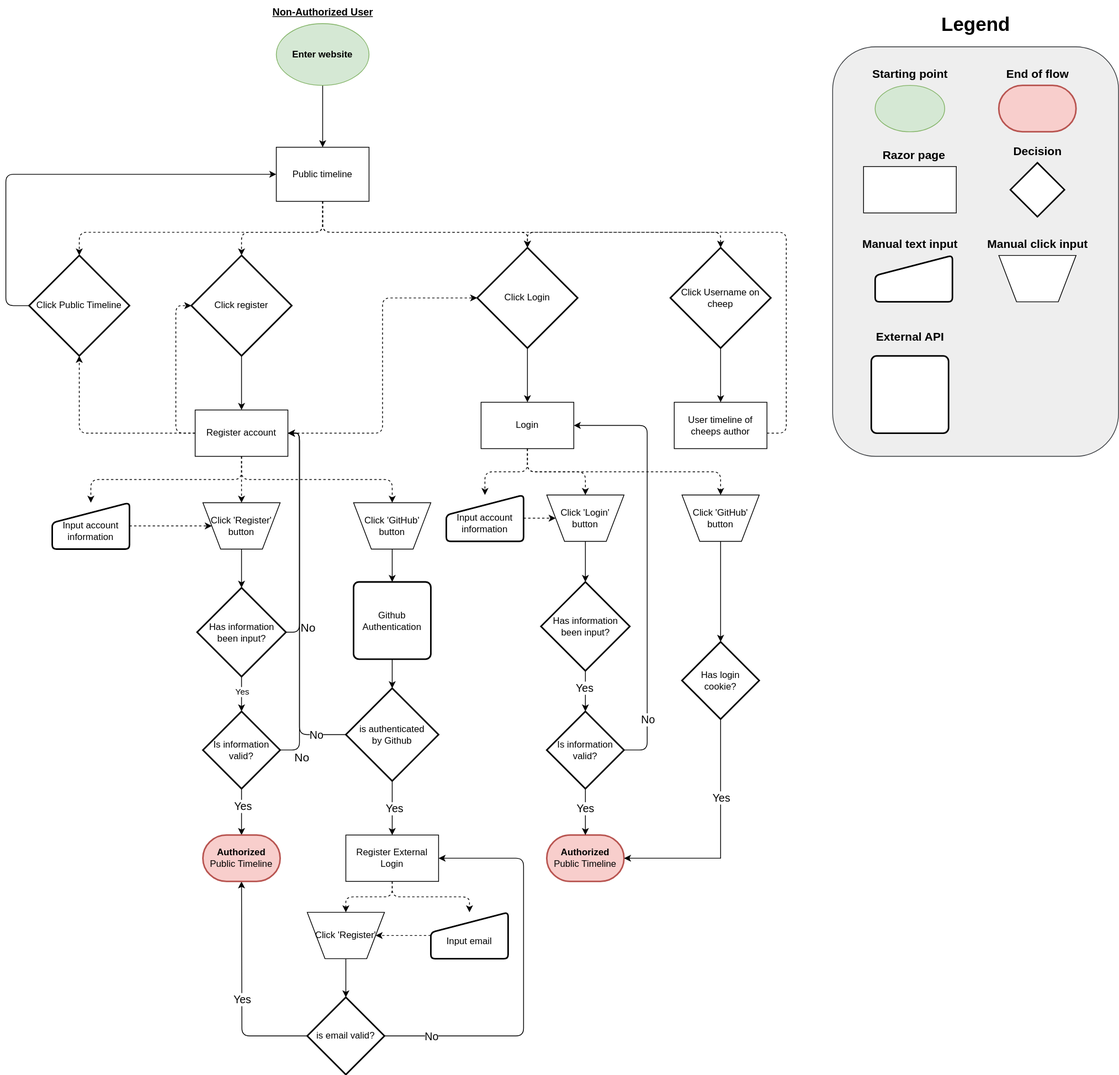
ITU-BDSA-GROUP-20/Chirp keeps this draw.io diagram as docs/diagrams/Non-Auth User journey.drawio.svg. Above is the earlier version. Source tidied: cells renumbered, new cells last; positions are measured from the earlier drawing's top-left corner, leaving out a move shared by most shapes.
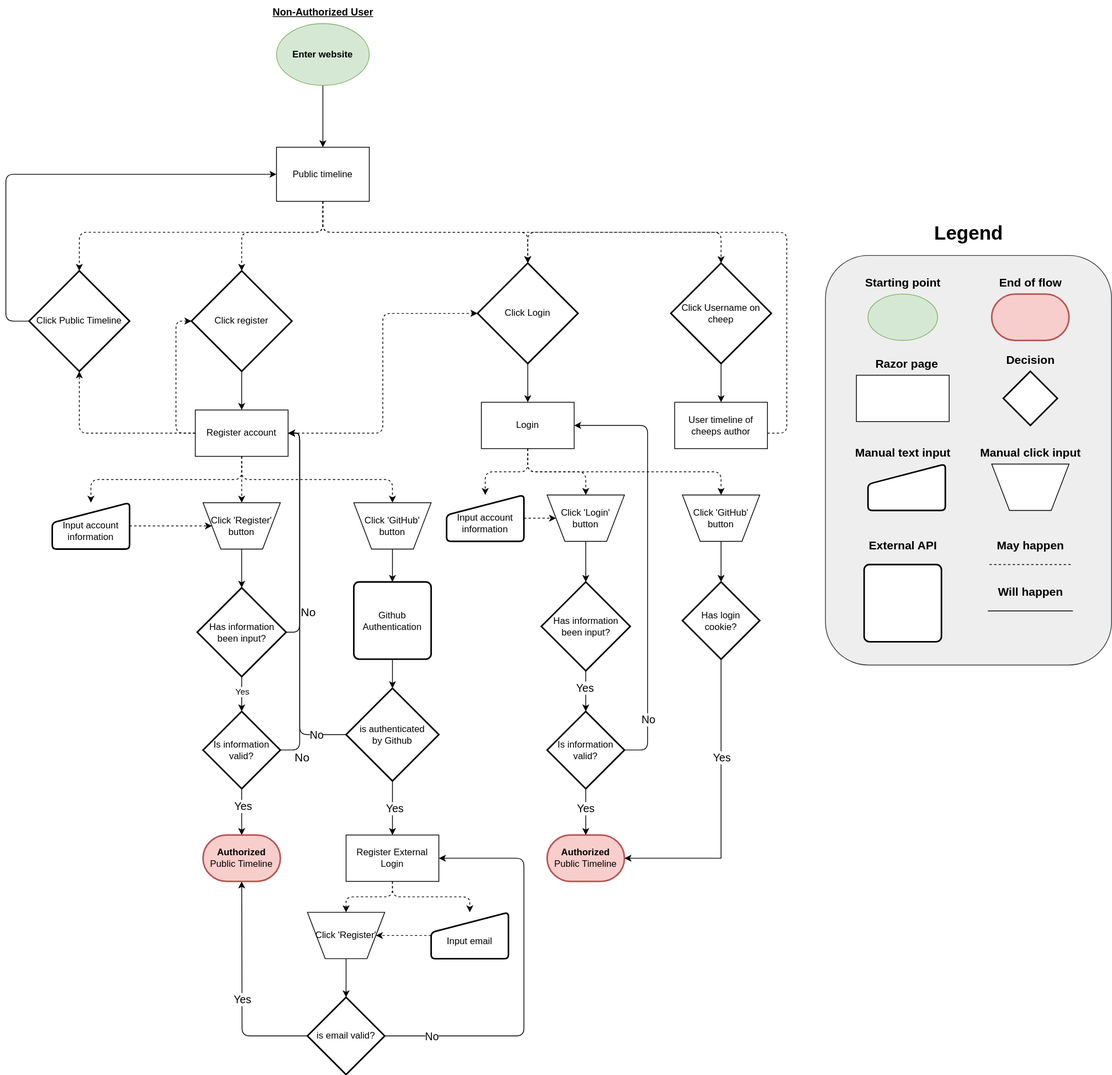
After the change.

Change to the diagram source:
```diff
@@ -39,31 +39,31 @@
     <mxCell id="9" style="edgeStyle=orthogonalEdgeStyle;rounded=1;jettySize=auto;html=1;entryX=0;entryY=0.5;entryDx=0;entryDy=0;exitX=0;exitY=0.5;exitDx=0;exitDy=0;exitPerimeter=0;" parent="1" edge="1" source="10" target="7">
       <mxGeometry relative="1" as="geometry">
         <Array as="points">
-          <mxPoint y="395" />
+          <mxPoint y="415" />
           <mxPoint y="225" />
         </Array>
       </mxGeometry>
     </mxCell>
     <mxCell id="10" value="Click Public Timeline" style="strokeWidth=2;html=1;shape=mxgraph.flowchart.decision;whiteSpace=wrap;" parent="1" vertex="1">
-      <mxGeometry x="30" y="330" width="130" height="130" as="geometry" />
+      <mxGeometry x="30" y="350" width="130" height="130" as="geometry" />
     </mxCell>
     <mxCell id="11" style="edgeStyle=orthogonalEdgeStyle;curved=1;rounded=0;jettySize=auto;html=1;" parent="1" edge="1" source="12" target="22">
       <mxGeometry relative="1" as="geometry" />
     </mxCell>
     <mxCell id="12" value="Click register" style="strokeWidth=2;html=1;shape=mxgraph.flowchart.decision;whiteSpace=wrap;" parent="1" vertex="1">
-      <mxGeometry x="240" y="330" width="130" height="130" as="geometry" />
+      <mxGeometry x="240" y="350" width="130" height="130" as="geometry" />
     </mxCell>
     <mxCell id="13" style="edgeStyle=orthogonalEdgeStyle;rounded=0;jettySize=auto;html=1;entryX=0.5;entryY=0;entryDx=0;entryDy=0;" parent="1" edge="1" source="14" target="67">
       <mxGeometry relative="1" as="geometry" />
     </mxCell>
     <mxCell id="14" value="Click Login" style="strokeWidth=2;html=1;shape=mxgraph.flowchart.decision;whiteSpace=wrap;" parent="1" vertex="1">
-      <mxGeometry x="610" y="320" width="130" height="130" as="geometry" />
+      <mxGeometry x="610" y="340" width="130" height="130" as="geometry" />
     </mxCell>
     <mxCell id="15" style="edgeStyle=orthogonalEdgeStyle;rounded=0;jettySize=auto;html=1;entryX=0.5;entryY=0;entryDx=0;entryDy=0;" parent="1" edge="1" source="16" target="42">
       <mxGeometry relative="1" as="geometry" />
     </mxCell>
     <mxCell id="16" value="Click Username on cheep" style="strokeWidth=2;html=1;shape=mxgraph.flowchart.decision;whiteSpace=wrap;" parent="1" vertex="1">
-      <mxGeometry x="860" y="320" width="130" height="130" as="geometry" />
+      <mxGeometry x="860" y="340" width="130" height="130" as="geometry" />
     </mxCell>
     <mxCell id="17" style="edgeStyle=orthogonalEdgeStyle;rounded=1;jettySize=auto;html=1;entryX=0.5;entryY=0;entryDx=0;entryDy=0;entryPerimeter=0;dashed=1;" parent="1" edge="1" source="7" target="14">
       <mxGeometry relative="1" as="geometry">
@@ -137,7 +137,7 @@
     </mxCell>
     <mxCell id="32" value="No" style="edgeLabel;html=1;align=center;verticalAlign=middle;fontSize=15;" parent="31" vertex="1">
       <mxGeometry x="-0.12" y="4" relative="1" as="geometry">
-        <mxPoint x="14" y="103" as="offset" />
+        <mxPoint x="14" y="83" as="offset" />
       </mxGeometry>
     </mxCell>
     <mxCell id="33" style="edgeStyle=orthogonalEdgeStyle;rounded=0;jettySize=auto;html=1;" parent="1" edge="1" source="35" target="40">
@@ -334,7 +334,7 @@
       <mxGeometry x="875" y="640" width="100" height="60" as="geometry" />
     </mxCell>
     <mxCell id="82" value="Has login &lt;br&gt;cookie?" style="strokeWidth=2;html=1;shape=mxgraph.flowchart.decision;whiteSpace=wrap;" parent="1" vertex="1">
-      <mxGeometry x="875" y="830" width="100" height="100" as="geometry" />
+      <mxGeometry x="875" y="752.5" width="100" height="100" as="geometry" />
     </mxCell>
     <mxCell id="83" style="edgeStyle=orthogonalEdgeStyle;rounded=0;jettySize=auto;html=1;entryX=0.5;entryY=0;entryDx=0;entryDy=0;entryPerimeter=0;" parent="1" edge="1" source="81" target="82">
       <mxGeometry relative="1" as="geometry" />
@@ -349,11 +349,8 @@
     <mxCell id="85" value="&lt;font style=&quot;font-size: 14px;&quot;&gt;Yes&lt;/font&gt;" style="edgeLabel;html=1;align=center;verticalAlign=middle;" parent="84" vertex="1">
       <mxGeometry x="-0.33" relative="1" as="geometry" />
     </mxCell>
-    <mxCell id="86" style="group;" parent="1" vertex="1">
-      <mxGeometry x="1070" y="10" width="370" height="580" as="geometry" />
-    </mxCell>
-    <mxCell id="87" style="group;" parent="86" vertex="1">
-      <mxGeometry width="370" height="580" as="geometry" />
+    <mxCell id="87" style="group;" parent="1" vertex="1">
+      <mxGeometry x="1060" y="280" width="370" height="580" as="geometry" />
     </mxCell>
     <mxCell id="88" style="rounded=1;whiteSpace=wrap;html=1;fillColor=#eeeeee;strokeColor=#36393d;" parent="87" vertex="1">
       <mxGeometry y="50" width="370" height="530" as="geometry" />
@@ -361,8 +358,32 @@
     <mxCell id="89" value="&lt;font size=&quot;1&quot; style=&quot;&quot;&gt;&lt;b style=&quot;font-size: 25px;&quot;&gt;Legend&lt;/b&gt;&lt;/font&gt;" style="text;html=1;align=center;verticalAlign=middle;strokeColor=none;fillColor=none;" parent="87" vertex="1">
       <mxGeometry x="130" width="110" height="40" as="geometry" />
     </mxCell>
+    <mxCell id="111" style="group;" parent="87" vertex="1">
+      <mxGeometry x="210" y="470" width="110" height="40" as="geometry" />
+    </mxCell>
+    <mxCell id="112" style="endArrow=none;html=1;rounded=0;" parent="111" edge="1">
+      <mxGeometry relative="1" as="geometry">
+        <mxPoint y="40" as="sourcePoint" />
+        <mxPoint x="110" y="40" as="targetPoint" />
+      </mxGeometry>
+    </mxCell>
+    <mxCell id="113" value="&lt;b style=&quot;border-color: var(--border-color);&quot;&gt;&lt;font style=&quot;border-color: var(--border-color); font-size: 15px;&quot;&gt;Will happen&lt;/font&gt;&lt;/b&gt;" style="text;html=1;align=center;verticalAlign=middle;strokeColor=none;fillColor=none;" parent="111" vertex="1">
+      <mxGeometry width="110" height="30" as="geometry" />
+    </mxCell>
+    <mxCell id="114" style="group;" parent="87" vertex="1">
+      <mxGeometry x="210" y="410" width="110" height="40" as="geometry" />
+    </mxCell>
+    <mxCell id="115" style="endArrow=none;dashed=1;html=1;rounded=0;" parent="114" edge="1">
+      <mxGeometry relative="1" as="geometry">
+        <mxPoint x="2.1" y="40" as="sourcePoint" />
+        <mxPoint x="107.9" y="40" as="targetPoint" />
+      </mxGeometry>
+    </mxCell>
+    <mxCell id="116" value="&lt;b style=&quot;border-color: var(--border-color);&quot;&gt;&lt;font style=&quot;border-color: var(--border-color); font-size: 15px;&quot;&gt;May happen&lt;/font&gt;&lt;/b&gt;" style="text;html=1;align=center;verticalAlign=middle;strokeColor=none;fillColor=none;" parent="114" vertex="1">
+      <mxGeometry width="110" height="30" as="geometry" />
+    </mxCell>
-    <mxCell id="90" style="group;" parent="86" vertex="1">
-      <mxGeometry x="40" y="175" width="120" height="90" as="geometry" />
+    <mxCell id="90" style="group;" parent="1" vertex="1">
+      <mxGeometry x="1100" y="455" width="120" height="90" as="geometry" />
     </mxCell>
     <mxCell id="91" style="rounded=0;whiteSpace=wrap;html=1;" parent="90" vertex="1">
       <mxGeometry y="30" width="120" height="60" as="geometry" />
@@ -370,8 +391,8 @@
     <mxCell id="92" value="&lt;b&gt;&lt;font style=&quot;font-size: 15px;&quot;&gt;Razor page&lt;/font&gt;&lt;/b&gt;" style="text;html=1;align=center;verticalAlign=middle;strokeColor=none;fillColor=none;" parent="90" vertex="1">
       <mxGeometry x="15" width="100" height="30" as="geometry" />
     </mxCell>
-    <mxCell id="93" style="group;" parent="86" vertex="1">
-      <mxGeometry x="40" y="70" width="120" height="90" as="geometry" />
+    <mxCell id="93" style="group;" parent="1" vertex="1">
+      <mxGeometry x="1100" y="350" width="120" height="90" as="geometry" />
     </mxCell>
     <mxCell id="94" style="ellipse;whiteSpace=wrap;html=1;fillColor=#d5e8d4;strokeColor=#82b366;" parent="93" vertex="1">
       <mxGeometry x="15" y="30" width="90" height="60" as="geometry" />
@@ -379,8 +400,8 @@
     <mxCell id="95" value="&lt;b&gt;&lt;font style=&quot;font-size: 15px;&quot;&gt;Starting point&lt;/font&gt;&lt;/b&gt;" style="text;html=1;align=center;verticalAlign=middle;strokeColor=none;fillColor=none;" parent="93" vertex="1">
       <mxGeometry width="120" height="30" as="geometry" />
     </mxCell>
-    <mxCell id="96" style="group;" parent="86" vertex="1">
-      <mxGeometry x="215" y="70" width="100" height="90" as="geometry" />
+    <mxCell id="96" style="group;" parent="1" vertex="1">
+      <mxGeometry x="1275" y="350" width="100" height="90" as="geometry" />
     </mxCell>
     <mxCell id="97" style="strokeWidth=2;html=1;shape=mxgraph.flowchart.terminator;whiteSpace=wrap;fillColor=#f8cecc;strokeColor=#b85450;" parent="96" vertex="1">
       <mxGeometry y="30" width="100" height="60" as="geometry" />
@@ -388,8 +409,8 @@
     <mxCell id="98" value="&lt;span style=&quot;font-size: 15px;&quot;&gt;&lt;b&gt;End of flow&lt;/b&gt;&lt;/span&gt;" style="text;html=1;align=center;verticalAlign=middle;strokeColor=none;fillColor=none;" parent="96" vertex="1">
       <mxGeometry width="100" height="30" as="geometry" />
     </mxCell>
-    <mxCell id="99" style="group;" parent="86" vertex="1">
-      <mxGeometry x="25" y="290" width="150" height="90" as="geometry" />
+    <mxCell id="99" style="group;" parent="1" vertex="1">
+      <mxGeometry x="1085" y="570" width="150" height="90" as="geometry" />
     </mxCell>
     <mxCell id="100" style="html=1;strokeWidth=2;shape=manualInput;whiteSpace=wrap;rounded=1;size=26;arcSize=11;" parent="99" vertex="1">
       <mxGeometry x="30" y="30" width="100" height="60" as="geometry" />
@@ -397,8 +418,8 @@
     <mxCell id="101" value="&lt;b&gt;&lt;font style=&quot;font-size: 15px;&quot;&gt;Manual text input&lt;/font&gt;&lt;/b&gt;" style="text;html=1;align=center;verticalAlign=middle;strokeColor=none;fillColor=none;" parent="99" vertex="1">
       <mxGeometry width="150" height="30" as="geometry" />
     </mxCell>
-    <mxCell id="102" style="group;" parent="86" vertex="1">
-      <mxGeometry x="220" y="170" width="90" height="100" as="geometry" />
+    <mxCell id="102" style="group;" parent="1" vertex="1">
+      <mxGeometry x="1280" y="450" width="90" height="100" as="geometry" />
     </mxCell>
     <mxCell id="103" style="strokeWidth=2;html=1;shape=mxgraph.flowchart.decision;whiteSpace=wrap;" parent="102" vertex="1">
       <mxGeometry x="10" y="30" width="70" height="70" as="geometry" />
@@ -406,8 +427,8 @@
     <mxCell id="104" value="&lt;b&gt;&lt;font style=&quot;font-size: 15px;&quot;&gt;Decision&lt;/font&gt;&lt;/b&gt;" style="text;html=1;align=center;verticalAlign=middle;strokeColor=none;fillColor=none;" parent="102" vertex="1">
       <mxGeometry width="90" height="30" as="geometry" />
     </mxCell>
-    <mxCell id="105" style="group;" parent="86" vertex="1">
-      <mxGeometry x="190" y="290" width="150" height="90" as="geometry" />
+    <mxCell id="105" style="group;" parent="1" vertex="1">
+      <mxGeometry x="1250" y="570" width="150" height="90" as="geometry" />
     </mxCell>
     <mxCell id="106" style="verticalLabelPosition=middle;verticalAlign=middle;html=1;shape=trapezoid;perimeter=trapezoidPerimeter;whiteSpace=wrap;size=0.23;arcSize=10;flipV=1;labelPosition=center;align=center;" parent="105" vertex="1">
       <mxGeometry x="25" y="30" width="100" height="60" as="geometry" />
@@ -415,13 +436,13 @@
     <mxCell id="107" value="&lt;span style=&quot;font-size: 15px;&quot;&gt;&lt;b&gt;Manual click input&lt;/b&gt;&lt;/span&gt;" style="text;html=1;align=center;verticalAlign=middle;strokeColor=none;fillColor=none;" parent="105" vertex="1">
       <mxGeometry width="150" height="30" as="geometry" />
     </mxCell>
-    <mxCell id="108" style="group;" parent="86" vertex="1">
-      <mxGeometry x="45" y="410" width="110" height="140" as="geometry" />
-    </mxCell>
+    <mxCell id="117" style="group;" parent="1" vertex="1">
+      <mxGeometry x="1105" y="690" width="110" height="140" as="geometry" />
+    </mxCell>
-    <mxCell id="109" style="rounded=1;whiteSpace=wrap;html=1;absoluteArcSize=1;arcSize=14;strokeWidth=2;" parent="108" vertex="1">
+    <mxCell id="109" style="rounded=1;whiteSpace=wrap;html=1;absoluteArcSize=1;arcSize=14;strokeWidth=2;" parent="117" vertex="1">
       <mxGeometry x="5" y="40" width="100" height="100" as="geometry" />
     </mxCell>
-    <mxCell id="110" value="&lt;b style=&quot;border-color: var(--border-color);&quot;&gt;&lt;font style=&quot;border-color: var(--border-color); font-size: 15px;&quot;&gt;External API&lt;/font&gt;&lt;/b&gt;" style="text;html=1;align=center;verticalAlign=middle;strokeColor=none;fillColor=none;" parent="108" vertex="1">
+    <mxCell id="110" value="&lt;b style=&quot;border-color: var(--border-color);&quot;&gt;&lt;font style=&quot;border-color: var(--border-color); font-size: 15px;&quot;&gt;External API&lt;/font&gt;&lt;/b&gt;" style="text;html=1;align=center;verticalAlign=middle;strokeColor=none;fillColor=none;" parent="117" vertex="1">
       <mxGeometry width="110" height="30" as="geometry" />
     </mxCell>
   </root>
```
